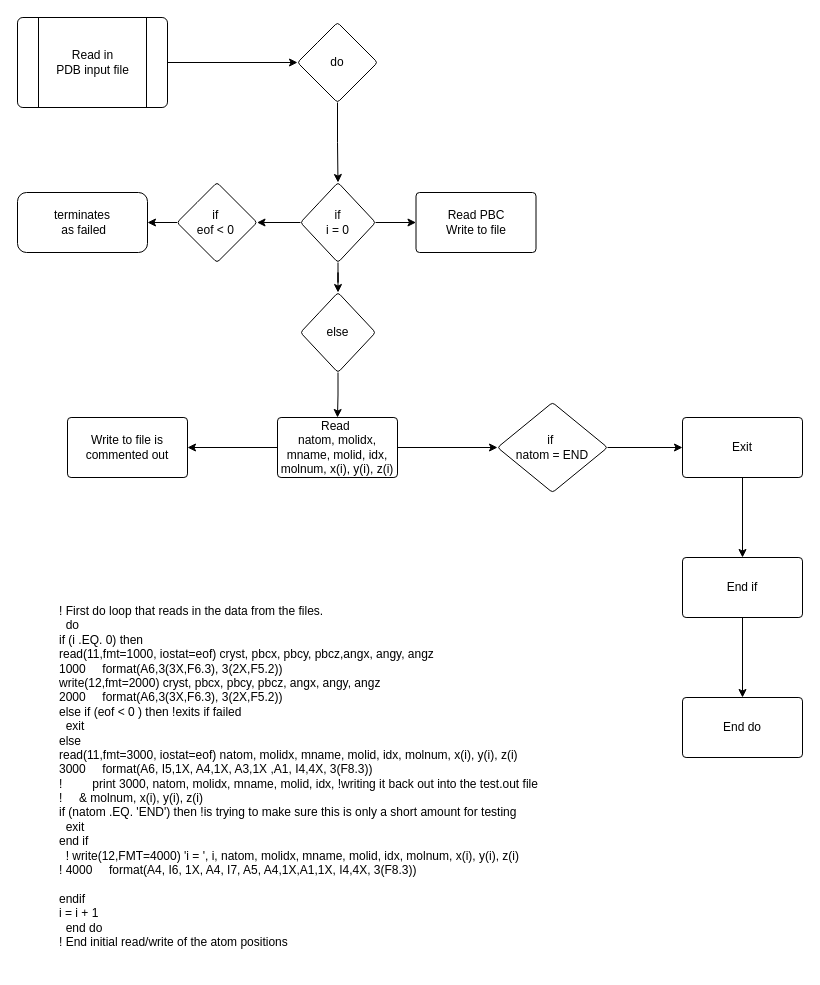
Above: page "Read In" (2 of 4) of Untitled Diagram.drawio in CatherineMoulder/Fortran (draw.io), before the change. Source tidied: cells renumbered, new cells numbered last; positions are measured from the earlier drawing's top-left corner, leaving out a move shared by most shapes. Both pictures are drawn from the tidied source at 100%, with x=0, y=0 at pixel (17, 17).
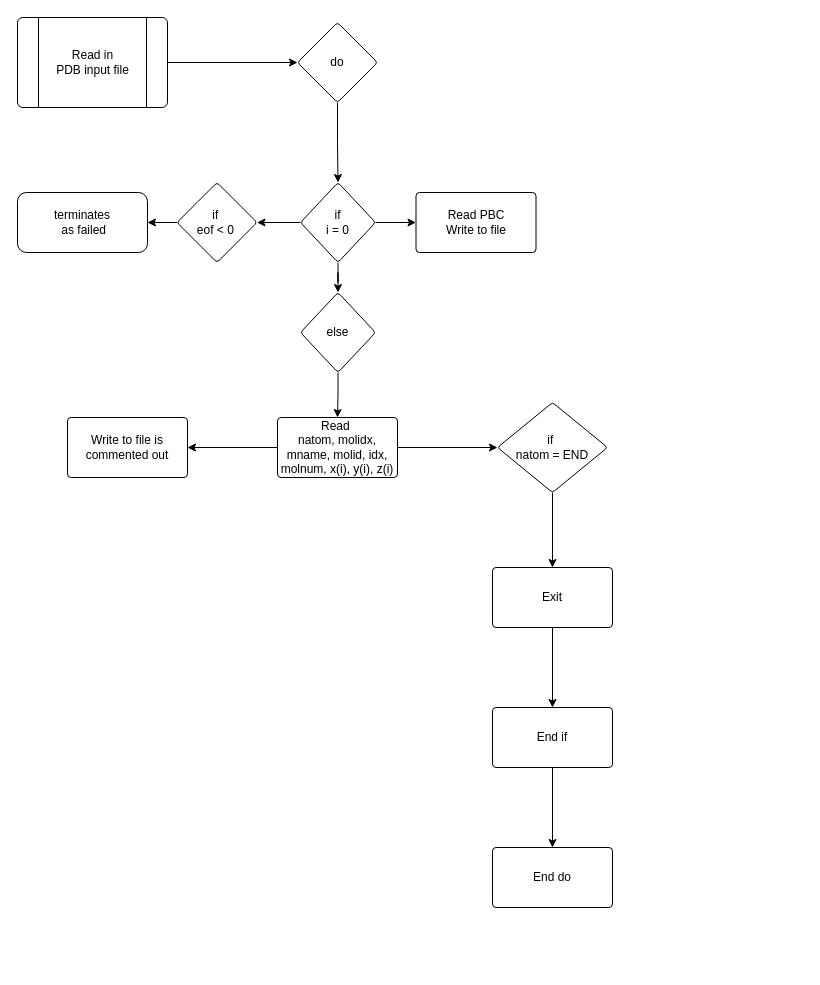
After the change.

Change to the diagram source:
```diff
@@
-    <mxCell id="5" value="! First do loop that reads in the data from the files.  &#10;   do&#10;  if (i .EQ. 0) then &#10;   read(11,fmt=1000, iostat=eof) cryst, pbcx, pbcy, pbcz,angx, angy, angz &#10; 1000     format(A6,3(3X,F6.3), 3(2X,F5.2))  &#10;   write(12,fmt=2000) cryst, pbcx, pbcy, pbcz, angx, angy, angz&#10; 2000     format(A6,3(3X,F6.3), 3(2X,F5.2))    &#10;  else if (eof &lt; 0 ) then !exits if failed&#10;    exit&#10;  else &#10;   read(11,fmt=3000, iostat=eof) natom, molidx, mname, molid, idx, molnum, x(i), y(i), z(i)&#10; 3000     format(A6, I5,1X, A4,1X, A3,1X ,A1, I4,4X, 3(F8.3))&#10; !         print 3000, natom, molidx, mname, molid, idx, !writing it back out into the test.out file&#10; !     &amp; molnum, x(i), y(i), z(i)   &#10;   if (natom .EQ. 'END') then !is trying to make sure this is only a short amount for testing&#10;     exit &#10;   end if&#10;    ! write(12,FMT=4000) 'i = ', i, natom, molidx, mname, molid, idx, molnum, x(i), y(i), z(i)&#10; ! 4000     format(A4, I6, 1X, A4, I7, A5, A4,1X,A1,1X, I4,4X, 3(F8.3))  &#10;   &#10;   endif&#10;  i = i + 1&#10;   end do  &#10; ! End initial read/write of the atom positions" style="text;whiteSpace=wrap;html=1;" parent="1" vertex="1">
-      <mxGeometry x="40" y="580" width="510" height="370" as="geometry" />
-    </mxCell>
@@
     <mxCell id="25" value="Exit" style="whiteSpace=wrap;html=1;rounded=1;arcSize=6;" parent="1" vertex="1">
-      <mxGeometry x="665" y="400" width="120" height="60" as="geometry" />
+      <mxGeometry x="475" y="550" width="120" height="60" as="geometry" />
     </mxCell>
@@
     <mxCell id="27" value="End if" style="whiteSpace=wrap;html=1;rounded=1;arcSize=6;" parent="1" vertex="1">
-      <mxGeometry x="665" y="540" width="120" height="60" as="geometry" />
+      <mxGeometry x="475" y="690" width="120" height="60" as="geometry" />
     </mxCell>
     <mxCell id="28" value="End do" style="whiteSpace=wrap;html=1;rounded=1;arcSize=6;" parent="1" vertex="1">
-      <mxGeometry x="665" y="680" width="120" height="60" as="geometry" />
+      <mxGeometry x="475" y="830" width="120" height="60" as="geometry" />
     </mxCell>
```
